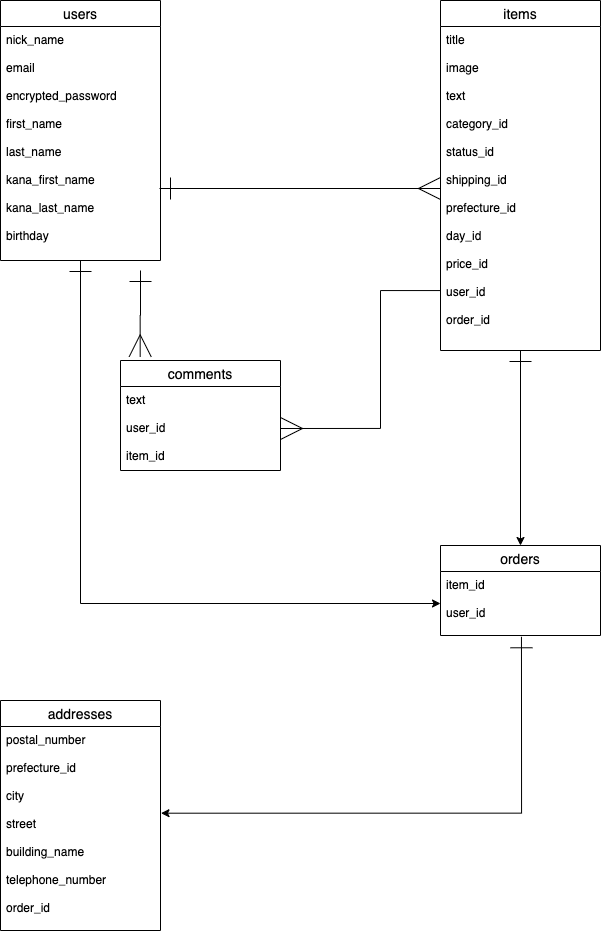
The draw.io diagram ER.drawio.png in ishizakiharuhiko/furima-31707, before a commit. Source tidied: cells renumbered, new cells last; positions are measured from the earlier drawing's top-left corner, leaving out a move shared by most shapes.
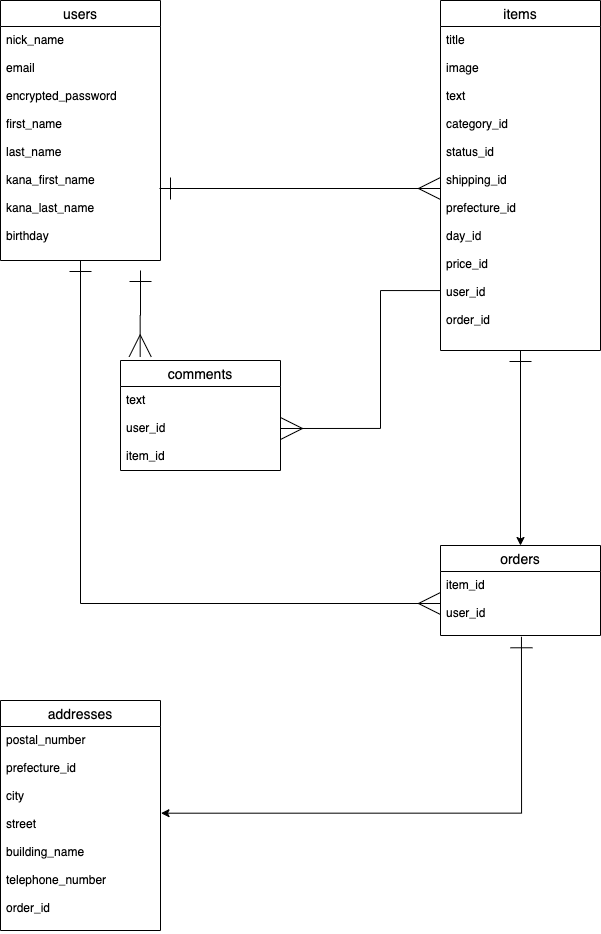
Later version of the same file.

What changed in the source:
```diff
@@ -24,7 +24,7 @@
         <mxPoint x="140" y="270" as="sourcePoint" />
       </mxGeometry>
     </mxCell>
-    <mxCell id="7" style="edgeStyle=orthogonalEdgeStyle;rounded=0;jettySize=auto;html=1;entryX=0;entryY=0.5;entryDx=0;entryDy=0;startArrow=ERone;startFill=0;startSize=20;" parent="1" edge="1" source="8" target="12">
+    <mxCell id="7" style="edgeStyle=orthogonalEdgeStyle;rounded=0;jettySize=auto;html=1;entryX=0;entryY=0.5;entryDx=0;entryDy=0;startArrow=ERone;startFill=0;startSize=20;endSize=20;endArrow=ERmany;endFill=0;" parent="1" edge="1" source="8" target="12">
       <mxGeometry relative="1" as="geometry" />
     </mxCell>
     <mxCell id="8" value="users" style="swimlane;fontStyle=0;horizontal=1;startSize=26;align=center;fontSize=14;" parent="1" vertex="1">
```
